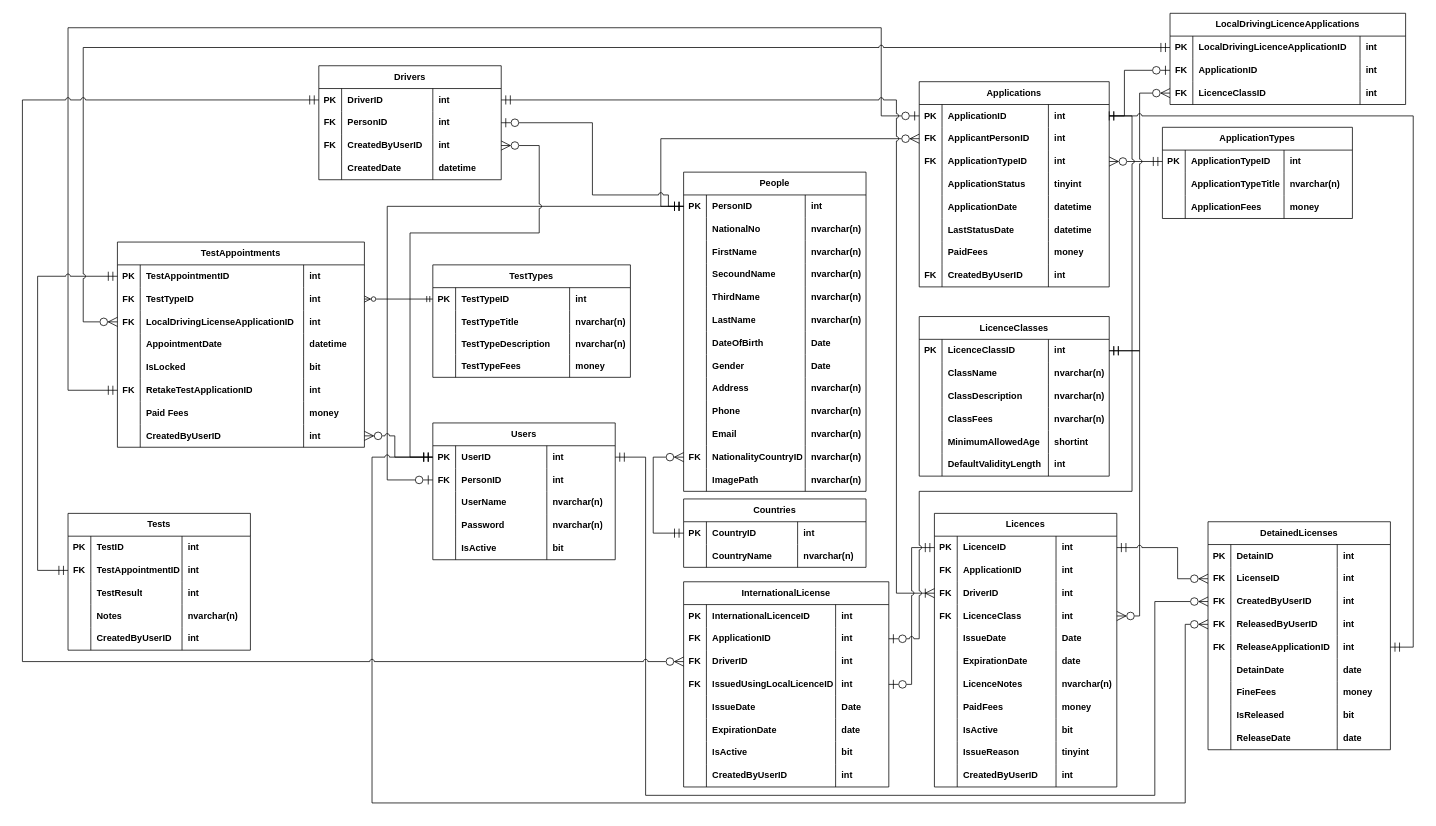
Earlier version of the draw.io diagram Database-Design/DrivingLicenseManagementDatabase.drawio (AhmedEmadh/Driving-License-Management-Desktop-App). Source tidied: cells renumbered, new cells numbered last; positions are measured from the earlier drawing's top-left corner, leaving out a move shared by most shapes. Both pictures are drawn from the tidied source at 76%, with x=0, y=0 at pixel (22, 13).
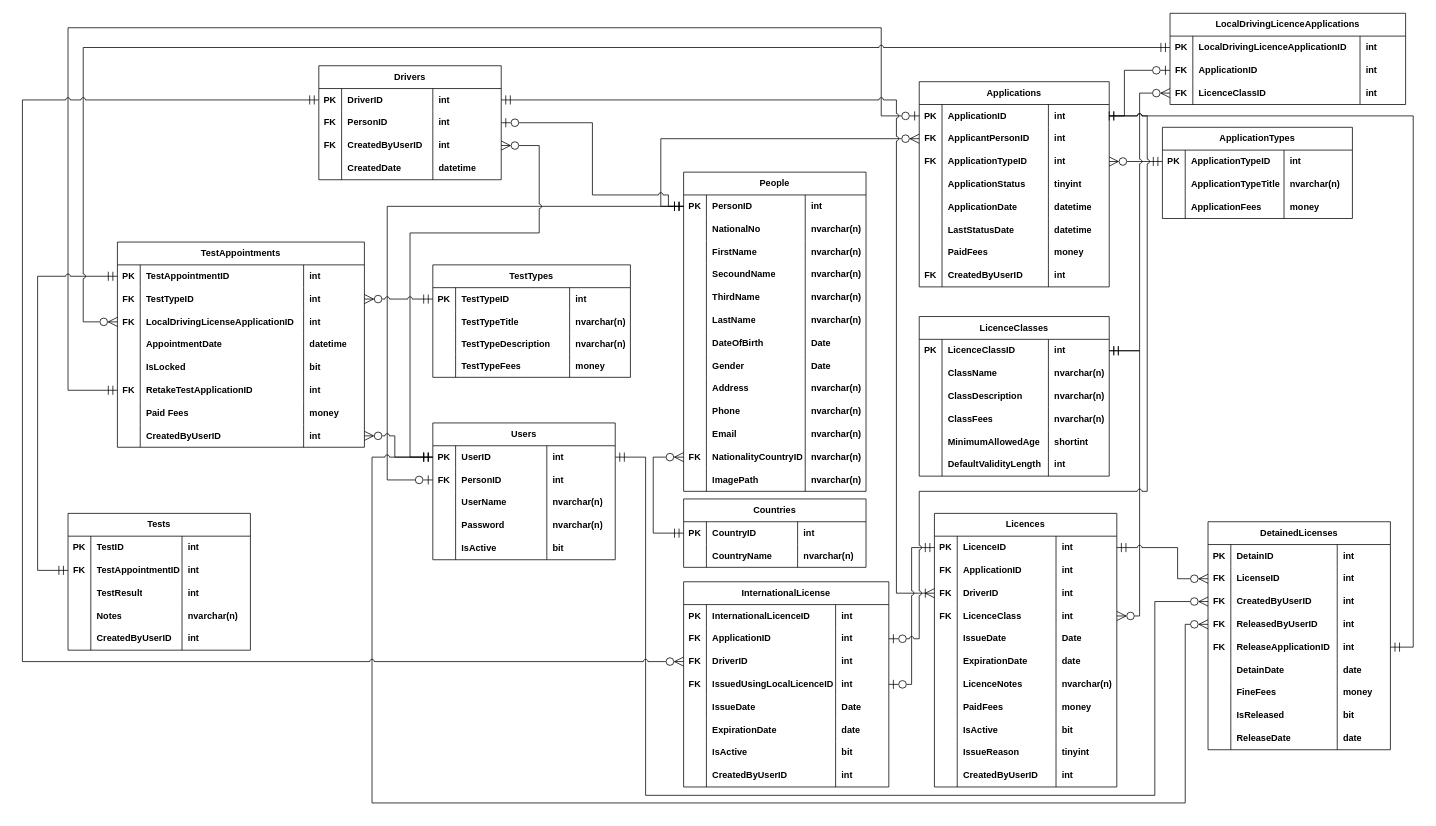
After the change.

Commit message (it also covers changes not shown here):
Improved Database Design Style

Unchanged cells that the change refers to:
```xml
<mxCell id="3" style="shape=tableRow;horizontal=0;startSize=0;swimlaneHead=0;swimlaneBody=0;fillColor=none;points=[[0,0.5],[1,0.5]];portConstraint=eastwest;top=0;left=0;right=0;bottom=0;html=1;strokeColor=default;align=center;verticalAlign=middle;fontFamily=Helvetica;fontSize=12;fontColor=default;fontStyle=1;" parent="2" vertex="1">
  <mxGeometry y="30" width="250" height="30" as="geometry" />
</mxCell>
<mxCell id="179" style="shape=tableRow;horizontal=0;startSize=0;swimlaneHead=0;swimlaneBody=0;fillColor=none;points=[[0,0.5],[1,0.5]];portConstraint=eastwest;top=0;left=0;right=0;bottom=0;html=1;strokeColor=default;align=center;verticalAlign=middle;fontFamily=Helvetica;fontSize=12;fontColor=default;fontStyle=1;" parent="174" vertex="1">
  <mxGeometry y="60" width="325" height="30" as="geometry" />
</mxCell>
<mxCell id="208" style="shape=tableRow;horizontal=0;startSize=0;swimlaneHead=0;swimlaneBody=0;fillColor=none;points=[[0,0.5],[1,0.5]];portConstraint=eastwest;top=0;left=0;right=0;bottom=0;html=1;strokeColor=default;align=center;verticalAlign=middle;fontFamily=Helvetica;fontSize=12;fontColor=default;fontStyle=1;" parent="207" vertex="1">
  <mxGeometry y="30" width="260" height="30" as="geometry" />
</mxCell>
<mxCell id="360" style="shape=tableRow;horizontal=0;startSize=0;swimlaneHead=0;swimlaneBody=0;fillColor=none;points=[[0,0.5],[1,0.5]];portConstraint=eastwest;top=0;left=0;right=0;bottom=0;html=1;strokeColor=default;align=center;verticalAlign=middle;fontFamily=Helvetica;fontSize=12;fontColor=default;fontStyle=1;" parent="355" vertex="1">
  <mxGeometry y="60" width="270" height="30" as="geometry" />
</mxCell>
```

Diff of the diagram source:
```diff
@@
     <mxCell id="391" style="edgeStyle=orthogonalEdgeStyle;rounded=0;jettySize=auto;html=1;exitX=1;exitY=0.5;exitDx=0;exitDy=0;entryX=1;entryY=0.5;entryDx=0;entryDy=0;endArrow=baseDash;endFill=0;startArrow=ERzeroToOne;startFill=0;endSize=10;startSize=10;jumpStyle=arc;" parent="1" edge="1" source="360" target="3">
       <mxGeometry relative="1" as="geometry">
         <Array as="points">
           <mxPoint x="1180" y="823" />
           <mxPoint x="1180" y="629" />
-          <mxPoint x="1460" y="629" />
-          <mxPoint x="1460" y="135" />
+          <mxPoint x="1480" y="629" />
+          <mxPoint x="1480" y="135" />
         </Array>
       </mxGeometry>
     </mxCell>
@@
-    <mxCell id="393" style="edgeStyle=orthogonalEdgeStyle;rounded=0;jettySize=auto;html=1;exitX=1;exitY=0.5;exitDx=0;exitDy=0;entryX=0;entryY=0.5;entryDx=0;entryDy=0;endArrow=ERmandOne;endFill=0;startArrow=ERzeroToMany;startFill=0;" parent="1" edge="1" source="179" target="208">
+    <mxCell id="393" style="edgeStyle=orthogonalEdgeStyle;rounded=0;jettySize=auto;html=1;exitX=1;exitY=0.5;exitDx=0;exitDy=0;entryX=0;entryY=0.5;entryDx=0;entryDy=0;endArrow=ERmandOne;endFill=0;startArrow=ERzeroToMany;startFill=0;endSize=10;startSize=10;jumpStyle=arc;" parent="1" edge="1" source="179" target="208">
       <mxGeometry relative="1" as="geometry" />
     </mxCell>
```
